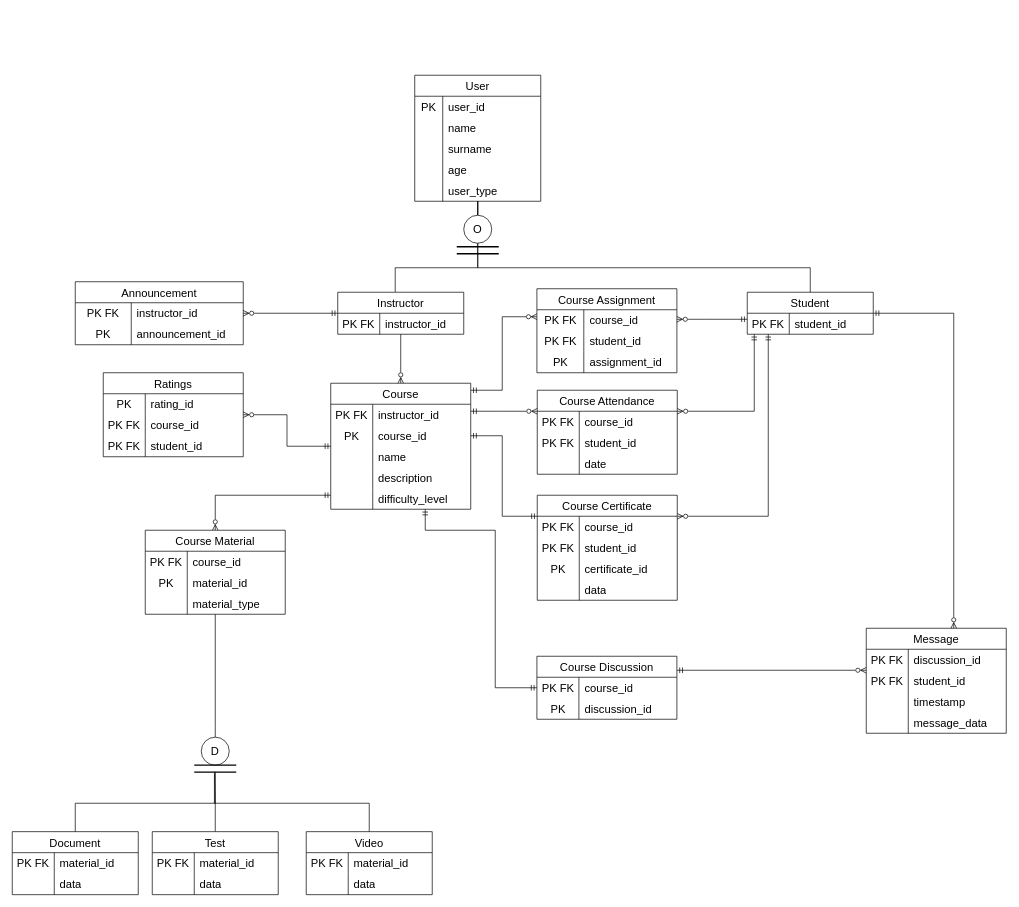
The draw.io diagram Başlıksız Diyagram.drawio in Luieitalian/VTYS, before the edit. Source tidied: cells renumbered, new cells numbered last; positions are measured from the earlier drawing's top-left corner, leaving out a move shared by most shapes. Both pictures are drawn from the tidied source at 70%, with x=0, y=0 at pixel (12, 75).
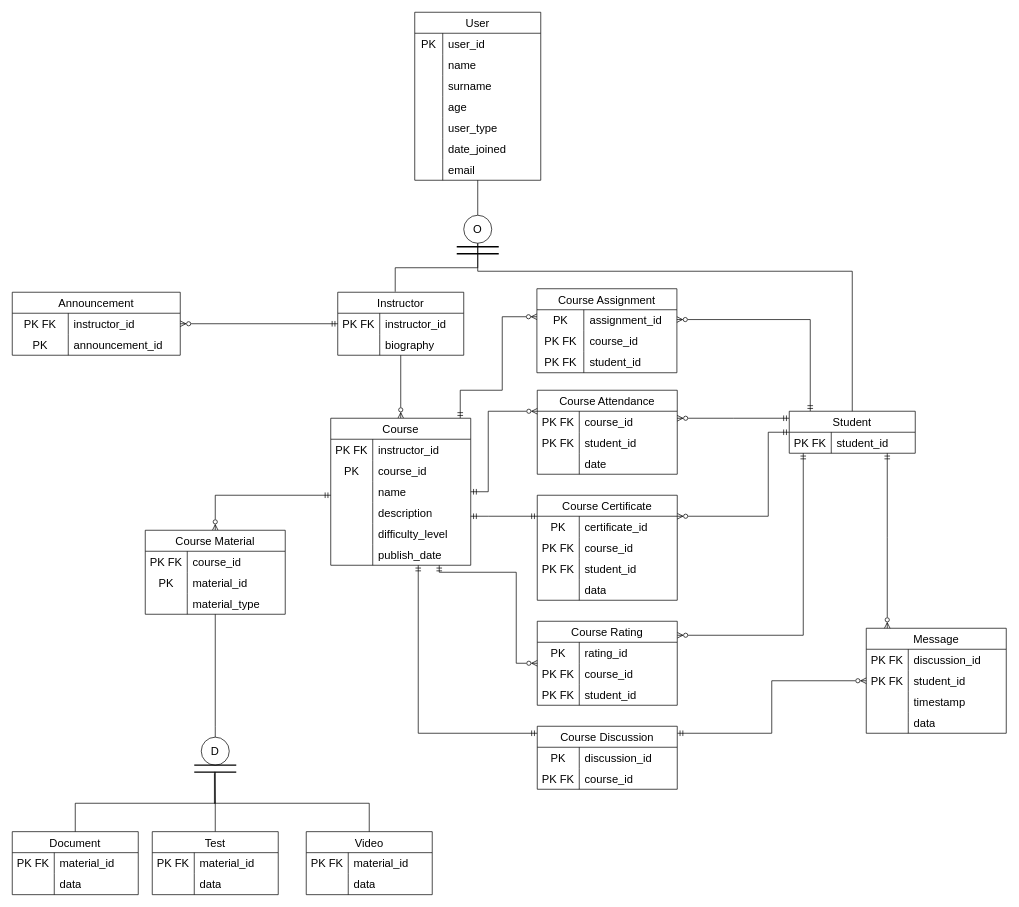
After the change.

The change refers to these unchanged cells:
```xml
<mxCell id="29" style="shape=tableRow;horizontal=0;startSize=0;swimlaneHead=0;swimlaneBody=0;top=0;left=0;bottom=0;right=0;fillColor=none;points=[[0,0.5],[1,0.5]];portConstraint=eastwest;strokeColor=inherit;fontSize=16;" parent="28" vertex="1">
  <mxGeometry y="30" width="180" height="30" as="geometry" />
</mxCell>
<mxCell id="33" value="O" style="ellipse;whiteSpace=wrap;html=1;fontSize=16;startSize=30;fontStyle=0;" parent="1" vertex="1">
  <mxGeometry x="645" y="200" width="40" height="40" as="geometry" />
</mxCell>
<mxCell id="41" style="shape=tableRow;horizontal=0;startSize=0;swimlaneHead=0;swimlaneBody=0;top=0;left=0;bottom=0;right=0;fillColor=none;points=[[0,0.5],[1,0.5]];portConstraint=eastwest;strokeColor=inherit;fontSize=16;" parent="40" vertex="1">
  <mxGeometry y="30" width="200" height="30" as="geometry" />
</mxCell>
<mxCell id="44" style="shape=tableRow;horizontal=0;startSize=0;swimlaneHead=0;swimlaneBody=0;top=0;left=0;bottom=0;right=0;fillColor=none;points=[[0,0.5],[1,0.5]];portConstraint=eastwest;strokeColor=inherit;fontSize=16;" parent="40" vertex="1">
  <mxGeometry y="60" width="200" height="30" as="geometry" />
</mxCell>
<mxCell id="56" value="Course Attendance" style="shape=table;startSize=30;childLayout=tableLayout;rowLines=0;fontStyle=0;strokeColor=default;fontSize=16;" parent="1" vertex="1">
  <mxGeometry x="750" y="450" width="200" height="120" as="geometry" />
</mxCell>
<mxCell id="103" value="Message" style="shape=table;startSize=30;childLayout=tableLayout;rowLines=0;fontStyle=0;strokeColor=default;fontSize=16;" parent="1" vertex="1">
  <mxGeometry x="1220" y="790" width="200" height="150" as="geometry" />
</mxCell>
<mxCell id="113" style="shape=tableRow;horizontal=0;startSize=0;swimlaneHead=0;swimlaneBody=0;top=0;left=0;bottom=0;right=0;fillColor=none;strokeColor=inherit;fontSize=16;" parent="103" vertex="1">
  <mxGeometry y="120" width="200" height="30" as="geometry" />
</mxCell>
<mxCell id="117" value="Course Assignment" style="shape=table;startSize=30;childLayout=tableLayout;rowLines=0;fontStyle=0;strokeColor=default;fontSize=16;" parent="1" vertex="1">
  <mxGeometry x="749.5" y="305" width="200" height="120" as="geometry" />
</mxCell>
<mxCell id="144" value="Course Certificate" style="shape=table;startSize=30;childLayout=tableLayout;rowLines=0;fontStyle=0;strokeColor=default;fontSize=16;" parent="1" vertex="1">
  <mxGeometry x="750" y="600" width="200" height="150" as="geometry" />
</mxCell>
```

Diff of the diagram source:
```diff
@@
     <mxCell id="3" value="User" style="shape=table;startSize=30;childLayout=tableLayout;rowLines=0;fontStyle=0;strokeColor=default;fontSize=16;" parent="1" vertex="1">
-      <mxGeometry x="575" width="180" height="180" as="geometry" />
+      <mxGeometry x="575" y="-90" width="180" height="240" as="geometry" />
     </mxCell>
@@
+    <mxCell id="169" style="shape=tableRow;horizontal=0;startSize=0;swimlaneHead=0;swimlaneBody=0;top=0;left=0;bottom=0;right=0;fillColor=none;strokeColor=inherit;fontSize=16;" parent="3" vertex="1">
+      <mxGeometry y="180" width="180" height="30" as="geometry" />
+    </mxCell>
+    <mxCell id="170" style="shape=partialRectangle;html=1;whiteSpace=wrap;fillColor=none;top=0;left=0;bottom=0;right=0;overflow=hidden;strokeColor=inherit;fontSize=16;" parent="169" vertex="1">
+      <mxGeometry width="40" height="30" as="geometry" />
+    </mxCell>
+    <mxCell id="171" value="date_joined" style="shape=partialRectangle;html=1;whiteSpace=wrap;fillColor=none;top=0;left=0;bottom=0;right=0;align=left;spacingLeft=6;overflow=hidden;strokeColor=inherit;fontSize=16;" parent="169" vertex="1">
+      <mxGeometry x="40" width="140" height="30" as="geometry" />
+    </mxCell>
+    <mxCell id="172" style="shape=tableRow;horizontal=0;startSize=0;swimlaneHead=0;swimlaneBody=0;top=0;left=0;bottom=0;right=0;fillColor=none;strokeColor=inherit;fontSize=16;" parent="3" vertex="1">
+      <mxGeometry y="210" width="180" height="30" as="geometry" />
+    </mxCell>
+    <mxCell id="173" style="shape=partialRectangle;html=1;whiteSpace=wrap;fillColor=none;top=0;left=0;bottom=0;right=0;overflow=hidden;strokeColor=inherit;fontSize=16;" parent="172" vertex="1">
+      <mxGeometry width="40" height="30" as="geometry" />
+    </mxCell>
+    <mxCell id="174" value="email" style="shape=partialRectangle;html=1;whiteSpace=wrap;fillColor=none;top=0;left=0;bottom=0;right=0;align=left;spacingLeft=6;overflow=hidden;strokeColor=inherit;fontSize=16;" parent="172" vertex="1">
+      <mxGeometry x="40" width="140" height="30" as="geometry" />
+    </mxCell>
     <mxCell id="19" style="edgeStyle=orthogonalEdgeStyle;jettySize=auto;html=1;strokeColor=default;rounded=0;startArrow=ERmandOne;startFill=0;endArrow=ERzeroToMany;endFill=0;jumpStyle=none;shadow=0;" parent="1" edge="1" source="40" target="117">
       <mxGeometry relative="1" as="geometry">
         <Array as="points">
+          <mxPoint x="640" y="450" />
           <mxPoint x="700" y="450" />
           <mxPoint x="700" y="345" />
         </Array>
       </mxGeometry>
     </mxCell>
@@
     <mxCell id="21" value="Instructor" style="shape=table;startSize=30;childLayout=tableLayout;rowLines=0;fontStyle=0;strokeColor=default;fontSize=16;" parent="1" vertex="1">
-      <mxGeometry x="465" y="310" width="180" height="60" as="geometry" />
+      <mxGeometry x="465" y="310" width="180" height="90" as="geometry" />
     </mxCell>
@@
+    <mxCell id="175" style="shape=tableRow;horizontal=0;startSize=0;swimlaneHead=0;swimlaneBody=0;top=0;left=0;bottom=0;right=0;fillColor=none;strokeColor=inherit;fontSize=16;" parent="21" vertex="1">
+      <mxGeometry y="60" width="180" height="30" as="geometry" />
+    </mxCell>
+    <mxCell id="176" style="shape=partialRectangle;html=1;whiteSpace=wrap;fillColor=none;top=0;left=0;bottom=0;right=0;overflow=hidden;strokeColor=inherit;fontSize=16;" parent="175" vertex="1">
+      <mxGeometry width="60" height="30" as="geometry" />
+    </mxCell>
+    <mxCell id="177" value="biography" style="shape=partialRectangle;html=1;whiteSpace=wrap;fillColor=none;top=0;left=0;bottom=0;right=0;align=left;spacingLeft=6;overflow=hidden;strokeColor=inherit;fontSize=16;" parent="175" vertex="1">
+      <mxGeometry x="60" width="120" height="30" as="geometry" />
+    </mxCell>
     <mxCell id="25" style="edgeStyle=orthogonalEdgeStyle;rounded=0;jettySize=auto;html=1;startArrow=ERmandOne;startFill=0;endArrow=ERzeroToMany;endFill=0;" parent="1" edge="1" source="28" target="56">
       <mxGeometry relative="1" as="geometry">
         <Array as="points">
-          <mxPoint x="1060" y="480" />
+          <mxPoint x="1030" y="490" />
+          <mxPoint x="1030" y="490" />
         </Array>
       </mxGeometry>
     </mxCell>
-    <mxCell id="26" style="edgeStyle=orthogonalEdgeStyle;rounded=0;jettySize=auto;html=1;startArrow=ERmandOne;startFill=0;endArrow=ERzeroToMany;endFill=0;exitX=0;exitY=0.287;exitDx=0;exitDy=0;exitPerimeter=0;" parent="1" edge="1" source="29" target="117">
+    <mxCell id="26" style="edgeStyle=orthogonalEdgeStyle;rounded=0;jettySize=auto;html=1;startArrow=ERmandOne;startFill=0;endArrow=ERzeroToMany;endFill=0;" parent="1" edge="1" source="28" target="117">
       <mxGeometry relative="1" as="geometry">
         <Array as="points">
-          <mxPoint x="990" y="349" />
-          <mxPoint x="990" y="349" />
+          <mxPoint x="1140" y="349" />
         </Array>
       </mxGeometry>
     </mxCell>
@@
     <mxCell id="28" value="Student" style="shape=table;startSize=30;childLayout=tableLayout;rowLines=0;fontStyle=0;strokeColor=default;fontSize=16;" parent="1" vertex="1">
-      <mxGeometry x="1050" y="310" width="180" height="60" as="geometry" />
+      <mxGeometry x="1110" y="480" width="180" height="60" as="geometry" />
     </mxCell>
@@
     <mxCell id="32" style="edgeStyle=orthogonalEdgeStyle;rounded=0;jettySize=auto;html=1;entryX=0.5;entryY=0;entryDx=0;entryDy=0;exitX=0.5;exitY=1;exitDx=0;exitDy=0;endArrow=none;endFill=0;" parent="1" edge="1" source="33" target="28">
-      <mxGeometry relative="1" as="geometry" />
+      <mxGeometry relative="1" as="geometry">
+        <Array as="points">
+          <mxPoint x="665" y="280" />
+          <mxPoint x="1200" y="280" />
+        </Array>
+      </mxGeometry>
     </mxCell>
@@
     <mxCell id="38" style="edgeStyle=orthogonalEdgeStyle;rounded=0;jettySize=auto;html=1;startArrow=ERmandOne;startFill=0;endArrow=ERmandOne;endFill=0;" parent="1" edge="1" source="40" target="96">
       <mxGeometry relative="1" as="geometry">
         <Array as="points">
-          <mxPoint x="590" y="650" />
-          <mxPoint x="690" y="650" />
+          <mxPoint x="580" y="940" />
         </Array>
       </mxGeometry>
     </mxCell>
     <mxCell id="39" style="edgeStyle=orthogonalEdgeStyle;rounded=0;jettySize=auto;html=1;endArrow=ERzeroToMany;endFill=0;startArrow=ERmandOne;startFill=0;" parent="1" edge="1" source="40" target="134">
-      <mxGeometry relative="1" as="geometry" />
+      <mxGeometry relative="1" as="geometry">
+        <Array as="points">
+          <mxPoint x="610" y="710" />
+          <mxPoint x="720" y="710" />
+          <mxPoint x="720" y="840" />
+        </Array>
+      </mxGeometry>
     </mxCell>
     <mxCell id="40" value="Course" style="shape=table;startSize=30;childLayout=tableLayout;rowLines=0;fontStyle=0;strokeColor=default;fontSize=16;" parent="1" vertex="1">
-      <mxGeometry x="455" y="440" width="200" height="180" as="geometry" />
+      <mxGeometry x="455" y="490" width="200" height="210" as="geometry" />
     </mxCell>
@@
+    <mxCell id="178" style="shape=tableRow;horizontal=0;startSize=0;swimlaneHead=0;swimlaneBody=0;top=0;left=0;bottom=0;right=0;fillColor=none;strokeColor=inherit;fontSize=16;" parent="40" vertex="1">
+      <mxGeometry y="180" width="200" height="30" as="geometry" />
+    </mxCell>
+    <mxCell id="179" style="shape=partialRectangle;html=1;whiteSpace=wrap;fillColor=none;top=0;left=0;bottom=0;right=0;overflow=hidden;strokeColor=inherit;fontSize=16;" parent="178" vertex="1">
+      <mxGeometry width="60" height="30" as="geometry" />
+    </mxCell>
+    <mxCell id="180" value="publish_date" style="shape=partialRectangle;html=1;whiteSpace=wrap;fillColor=none;top=0;left=0;bottom=0;right=0;align=left;spacingLeft=6;overflow=hidden;strokeColor=inherit;fontSize=16;" parent="178" vertex="1">
+      <mxGeometry x="60" width="140" height="30" as="geometry" />
+    </mxCell>
@@
-    <mxCell id="94" style="edgeStyle=orthogonalEdgeStyle;rounded=0;jettySize=auto;html=1;startArrow=ERmandOne;startFill=0;endArrow=ERzeroToMany;endFill=0;" parent="1" edge="1" source="41" target="56">
+    <mxCell id="94" style="edgeStyle=orthogonalEdgeStyle;rounded=0;jettySize=auto;html=1;startArrow=ERmandOne;startFill=0;endArrow=ERzeroToMany;endFill=0;" parent="1" edge="1" source="40" target="56">
       <mxGeometry relative="1" as="geometry">
         <Array as="points">
-          <mxPoint x="700" y="480" />
-          <mxPoint x="700" y="480" />
+          <mxPoint x="680" y="595" />
+          <mxPoint x="680" y="480" />
         </Array>
       </mxGeometry>
     </mxCell>
     <mxCell id="95" style="edgeStyle=orthogonalEdgeStyle;rounded=0;jettySize=auto;html=1;startArrow=ERmandOne;startFill=0;endArrow=ERzeroToMany;endFill=0;" parent="1" edge="1" source="96" target="103">
       <mxGeometry relative="1" as="geometry">
         <Array as="points">
-          <mxPoint x="1140" y="850" />
-          <mxPoint x="1140" y="850" />
+          <mxPoint x="1085" y="940" />
+          <mxPoint x="1085" y="865" />
         </Array>
       </mxGeometry>
     </mxCell>
     <mxCell id="96" value="Course Discussion" style="shape=table;startSize=30;childLayout=tableLayout;rowLines=0;fontStyle=0;strokeColor=default;fontSize=16;" parent="1" vertex="1">
-      <mxGeometry x="749.5" y="830" width="200" height="90" as="geometry" />
+      <mxGeometry x="750" y="930" width="200" height="90" as="geometry" />
     </mxCell>
+    <mxCell id="100" style="shape=tableRow;horizontal=0;startSize=0;swimlaneHead=0;swimlaneBody=0;top=0;left=0;bottom=0;right=0;fillColor=none;strokeColor=inherit;fontSize=16;" parent="96" vertex="1">
+      <mxGeometry y="30" width="200" height="30" as="geometry" />
+    </mxCell>
+    <mxCell id="101" value="PK" style="shape=partialRectangle;html=1;whiteSpace=wrap;fillColor=none;top=0;left=0;bottom=0;right=0;overflow=hidden;strokeColor=inherit;fontSize=16;" parent="100" vertex="1">
+      <mxGeometry width="60" height="30" as="geometry" />
+    </mxCell>
+    <mxCell id="102" value="discussion_id" style="shape=partialRectangle;html=1;whiteSpace=wrap;fillColor=none;top=0;left=0;bottom=0;right=0;align=left;spacingLeft=6;overflow=hidden;strokeColor=inherit;fontSize=16;" parent="100" vertex="1">
+      <mxGeometry x="60" width="140" height="30" as="geometry" />
+    </mxCell>
     <mxCell id="97" style="shape=tableRow;horizontal=0;startSize=0;swimlaneHead=0;swimlaneBody=0;top=0;left=0;bottom=0;right=0;fillColor=none;strokeColor=inherit;fontSize=16;" parent="96" vertex="1">
-      <mxGeometry y="30" width="200" height="30" as="geometry" />
+      <mxGeometry y="60" width="200" height="30" as="geometry" />
     </mxCell>
@@
-    <mxCell id="100" style="shape=tableRow;horizontal=0;startSize=0;swimlaneHead=0;swimlaneBody=0;top=0;left=0;bottom=0;right=0;fillColor=none;strokeColor=inherit;fontSize=16;" parent="96" vertex="1">
-      <mxGeometry y="60" width="200" height="30" as="geometry" />
-    </mxCell>
-    <mxCell id="101" value="PK" style="shape=partialRectangle;html=1;whiteSpace=wrap;fillColor=none;top=0;left=0;bottom=0;right=0;overflow=hidden;strokeColor=inherit;fontSize=16;" parent="100" vertex="1">
-      <mxGeometry width="60" height="30" as="geometry" />
-    </mxCell>
-    <mxCell id="102" value="discussion_id" style="shape=partialRectangle;html=1;whiteSpace=wrap;fillColor=none;top=0;left=0;bottom=0;right=0;align=left;spacingLeft=6;overflow=hidden;strokeColor=inherit;fontSize=16;" parent="100" vertex="1">
-      <mxGeometry x="60" width="140" height="30" as="geometry" />
-    </mxCell>
@@
-    <mxCell id="115" value="message_data" style="shape=partialRectangle;html=1;whiteSpace=wrap;fillColor=none;top=0;left=0;bottom=0;right=0;align=left;spacingLeft=6;overflow=hidden;strokeColor=inherit;fontSize=16;" parent="113" vertex="1">
+    <mxCell id="115" value="data" style="shape=partialRectangle;html=1;whiteSpace=wrap;fillColor=none;top=0;left=0;bottom=0;right=0;align=left;spacingLeft=6;overflow=hidden;strokeColor=inherit;fontSize=16;" parent="113" vertex="1">
       <mxGeometry x="60" width="140" height="30" as="geometry" />
     </mxCell>
-    <mxCell id="116" style="edgeStyle=orthogonalEdgeStyle;rounded=0;jettySize=auto;html=1;startArrow=ERmandOne;startFill=0;endArrow=ERzeroToMany;endFill=0;" parent="1" edge="1" target="103">
+    <mxCell id="116" style="edgeStyle=orthogonalEdgeStyle;rounded=0;jettySize=auto;html=1;startArrow=ERmandOne;startFill=0;endArrow=ERzeroToMany;endFill=0;" parent="1" edge="1" source="28" target="103">
       <mxGeometry relative="1" as="geometry">
-        <mxPoint x="1230" y="340" as="sourcePoint" />
         <Array as="points">
-          <mxPoint x="1230" y="340" />
-          <mxPoint x="1345" y="340" />
+          <mxPoint x="1250" y="660" />
+          <mxPoint x="1250" y="660" />
         </Array>
       </mxGeometry>
     </mxCell>
@@
+    <mxCell id="124" style="shape=tableRow;horizontal=0;startSize=0;swimlaneHead=0;swimlaneBody=0;top=0;left=0;bottom=0;right=0;fillColor=none;strokeColor=inherit;fontSize=16;" parent="117" vertex="1">
+      <mxGeometry y="30" width="200" height="30" as="geometry" />
+    </mxCell>
+    <mxCell id="125" value="PK" style="shape=partialRectangle;html=1;whiteSpace=wrap;fillColor=none;top=0;left=0;bottom=0;right=0;overflow=hidden;strokeColor=inherit;fontSize=16;" parent="124" vertex="1">
+      <mxGeometry width="67" height="30" as="geometry" />
+    </mxCell>
+    <mxCell id="126" value="assignment_id" style="shape=partialRectangle;html=1;whiteSpace=wrap;fillColor=none;top=0;left=0;bottom=0;right=0;align=left;spacingLeft=6;overflow=hidden;strokeColor=inherit;fontSize=16;" parent="124" vertex="1">
+      <mxGeometry x="67" width="133" height="30" as="geometry" />
+    </mxCell>
     <mxCell id="118" style="shape=tableRow;horizontal=0;startSize=0;swimlaneHead=0;swimlaneBody=0;top=0;left=0;bottom=0;right=0;fillColor=none;strokeColor=inherit;fontSize=16;" parent="117" vertex="1">
-      <mxGeometry y="30" width="200" height="30" as="geometry" />
+      <mxGeometry y="60" width="200" height="30" as="geometry" />
     </mxCell>
@@
     <mxCell id="121" style="shape=tableRow;horizontal=0;startSize=0;swimlaneHead=0;swimlaneBody=0;top=0;left=0;bottom=0;right=0;fillColor=none;strokeColor=inherit;fontSize=16;" parent="117" vertex="1">
-      <mxGeometry y="60" width="200" height="30" as="geometry" />
+      <mxGeometry y="90" width="200" height="30" as="geometry" />
     </mxCell>
@@
-    <mxCell id="124" style="shape=tableRow;horizontal=0;startSize=0;swimlaneHead=0;swimlaneBody=0;top=0;left=0;bottom=0;right=0;fillColor=none;strokeColor=inherit;fontSize=16;" parent="117" vertex="1">
-      <mxGeometry y="90" width="200" height="30" as="geometry" />
-    </mxCell>
-    <mxCell id="125" value="PK" style="shape=partialRectangle;html=1;whiteSpace=wrap;fillColor=none;top=0;left=0;bottom=0;right=0;overflow=hidden;strokeColor=inherit;fontSize=16;" parent="124" vertex="1">
-      <mxGeometry width="67" height="30" as="geometry" />
-    </mxCell>
-    <mxCell id="126" value="assignment_id" style="shape=partialRectangle;html=1;whiteSpace=wrap;fillColor=none;top=0;left=0;bottom=0;right=0;align=left;spacingLeft=6;overflow=hidden;strokeColor=inherit;fontSize=16;" parent="124" vertex="1">
-      <mxGeometry x="67" width="133" height="30" as="geometry" />
-    </mxCell>
     <mxCell id="127" value="Announcement" style="shape=table;startSize=30;childLayout=tableLayout;rowLines=0;fontStyle=0;strokeColor=default;fontSize=16;" parent="1" vertex="1">
-      <mxGeometry x="90" y="295" width="240" height="90" as="geometry" />
+      <mxGeometry y="310" width="240" height="90" as="geometry" />
     </mxCell>
@@
+    <mxCell id="181" style="edgeStyle=orthogonalEdgeStyle;rounded=0;jettySize=auto;html=1;startArrow=ERzeroToMany;startFill=0;endArrow=ERmandOne;endFill=0;" parent="1" edge="1" source="134" target="28">
+      <mxGeometry relative="1" as="geometry">
+        <Array as="points">
+          <mxPoint x="1130" y="800" />
+        </Array>
+      </mxGeometry>
+    </mxCell>
-    <mxCell id="134" value="Ratings" style="shape=table;startSize=30;childLayout=tableLayout;rowLines=0;fontStyle=0;strokeColor=default;fontSize=16;" parent="1" vertex="1">
-      <mxGeometry x="130" y="425" width="200" height="120" as="geometry" />
+    <mxCell id="134" value="Course Rating" style="shape=table;startSize=30;childLayout=tableLayout;rowLines=0;fontStyle=0;strokeColor=default;fontSize=16;" parent="1" vertex="1">
+      <mxGeometry x="750" y="780" width="200" height="120" as="geometry" />
     </mxCell>
@@
+    <mxCell id="151" style="shape=tableRow;horizontal=0;startSize=0;swimlaneHead=0;swimlaneBody=0;top=0;left=0;bottom=0;right=0;fillColor=none;strokeColor=inherit;fontSize=16;" parent="144" vertex="1">
+      <mxGeometry y="30" width="200" height="30" as="geometry" />
+    </mxCell>
+    <mxCell id="152" value="PK" style="shape=partialRectangle;html=1;whiteSpace=wrap;fillColor=none;top=0;left=0;bottom=0;right=0;overflow=hidden;strokeColor=inherit;fontSize=16;" parent="151" vertex="1">
+      <mxGeometry width="60" height="30" as="geometry" />
+    </mxCell>
+    <mxCell id="153" value="certificate_id" style="shape=partialRectangle;html=1;whiteSpace=wrap;fillColor=none;top=0;left=0;bottom=0;right=0;align=left;spacingLeft=6;overflow=hidden;strokeColor=inherit;fontSize=16;" parent="151" vertex="1">
+      <mxGeometry x="60" width="140" height="30" as="geometry" />
+    </mxCell>
     <mxCell id="145" style="shape=tableRow;horizontal=0;startSize=0;swimlaneHead=0;swimlaneBody=0;top=0;left=0;bottom=0;right=0;fillColor=none;strokeColor=inherit;fontSize=16;" parent="144" vertex="1">
-      <mxGeometry y="30" width="200" height="30" as="geometry" />
+      <mxGeometry y="60" width="200" height="30" as="geometry" />
     </mxCell>
@@
     <mxCell id="148" style="shape=tableRow;horizontal=0;startSize=0;swimlaneHead=0;swimlaneBody=0;top=0;left=0;bottom=0;right=0;fillColor=none;strokeColor=inherit;fontSize=16;" parent="144" vertex="1">
-      <mxGeometry y="60" width="200" height="30" as="geometry" />
+      <mxGeometry y="90" width="200" height="30" as="geometry" />
     </mxCell>
@@
-    <mxCell id="151" style="shape=tableRow;horizontal=0;startSize=0;swimlaneHead=0;swimlaneBody=0;top=0;left=0;bottom=0;right=0;fillColor=none;strokeColor=inherit;fontSize=16;" parent="144" vertex="1">
-      <mxGeometry y="90" width="200" height="30" as="geometry" />
-    </mxCell>
-    <mxCell id="152" value="PK" style="shape=partialRectangle;html=1;whiteSpace=wrap;fillColor=none;top=0;left=0;bottom=0;right=0;overflow=hidden;strokeColor=inherit;fontSize=16;" parent="151" vertex="1">
-      <mxGeometry width="60" height="30" as="geometry" />
-    </mxCell>
-    <mxCell id="153" value="certificate_id" style="shape=partialRectangle;html=1;whiteSpace=wrap;fillColor=none;top=0;left=0;bottom=0;right=0;align=left;spacingLeft=6;overflow=hidden;strokeColor=inherit;fontSize=16;" parent="151" vertex="1">
-      <mxGeometry x="60" width="140" height="30" as="geometry" />
-    </mxCell>
@@
-    <mxCell id="157" style="edgeStyle=orthogonalEdgeStyle;rounded=0;jettySize=auto;html=1;startArrow=ERmandOne;startFill=0;endArrow=ERmandOne;endFill=0;" parent="1" edge="1" source="44" target="144">
+    <mxCell id="157" style="edgeStyle=orthogonalEdgeStyle;rounded=0;jettySize=auto;html=1;startArrow=ERmandOne;startFill=0;endArrow=ERmandOne;endFill=0;" parent="1" edge="1" source="40" target="144">
       <mxGeometry relative="1" as="geometry">
         <Array as="points">
-          <mxPoint x="700" y="515" />
-          <mxPoint x="700" y="630" />
+          <mxPoint x="680" y="630" />
+          <mxPoint x="680" y="630" />
         </Array>
       </mxGeometry>
     </mxCell>
```
